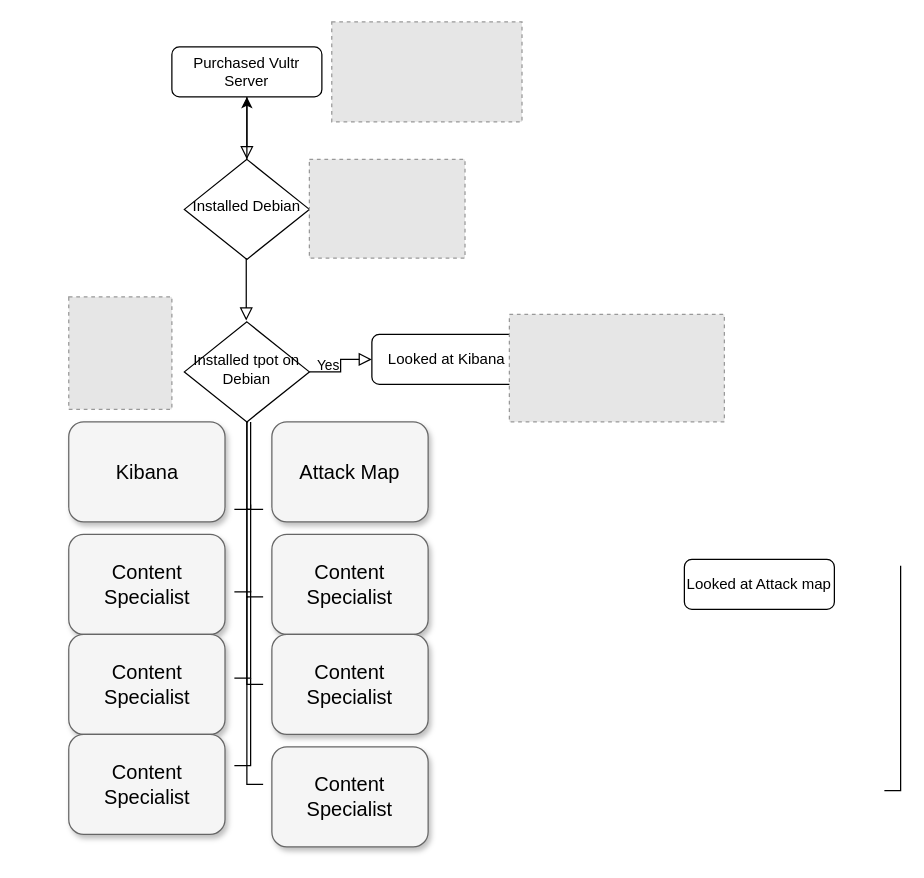
Above: cyb590ppt.drawio in LLuviaHombreKano/Java-for-DevOps (draw.io), before the change. Source tidied: cells renumbered, new cells numbered last; positions are measured from the earlier drawing's top-left corner, leaving out a move shared by most shapes. Both pictures are drawn from the tidied source at 125%, with x=0, y=0 at pixel (69, 21). Pictures stored in the file or linked from it are replaced by grey dashed boxes.
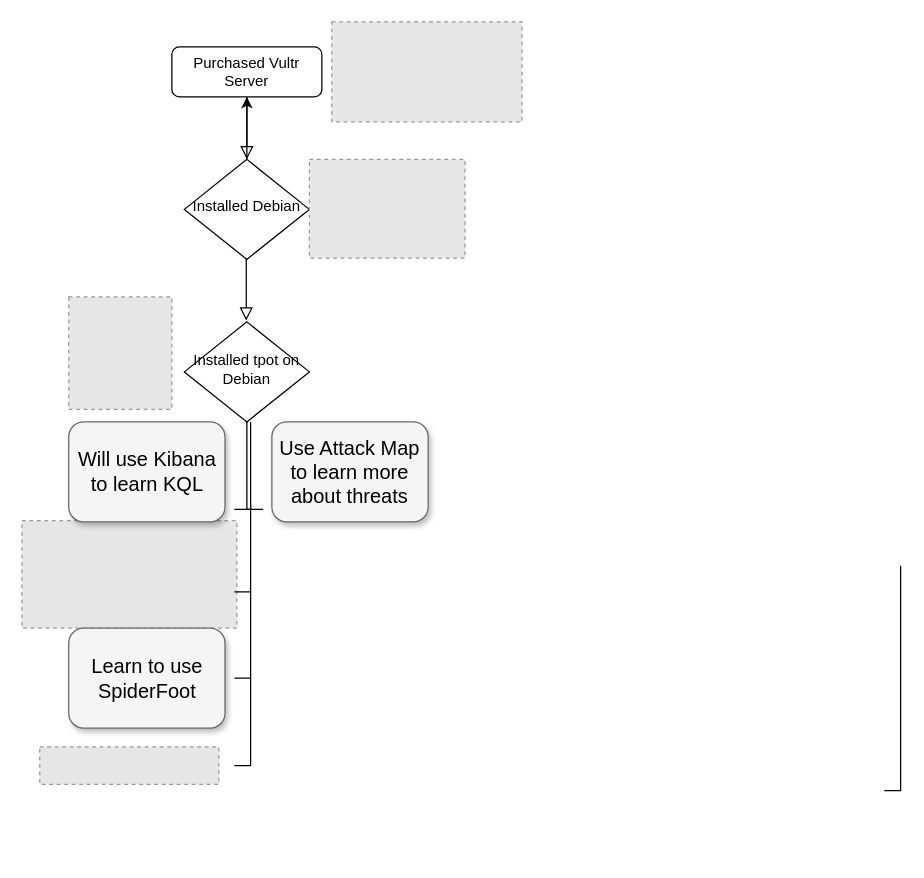
After the change.

Unchanged cells that the change refers to:
```xml
<mxCell id="7" value="Installed tpot on Debian" style="rhombus;whiteSpace=wrap;html=1;shadow=0;fontFamily=Helvetica;fontSize=12;align=center;strokeWidth=1;spacing=6;spacingTop=-4;" parent="1" vertex="1">
  <mxGeometry x="92" y="240" width="100" height="80" as="geometry" />
</mxCell>
```

What changed in the source:
```diff
@@
-    <mxCell id="6" value="Yes" style="edgeStyle=orthogonalEdgeStyle;rounded=0;html=1;jettySize=auto;fontSize=11;endArrow=block;endFill=0;endSize=8;strokeWidth=1;shadow=0;labelBackgroundColor=none;" parent="1" edge="1" source="7" target="9">
-      <mxGeometry y="10" relative="1" as="geometry" />
-    </mxCell>
@@
-    <mxCell id="8" value="Looked at Attack map" style="rounded=1;whiteSpace=wrap;html=1;fontSize=12;glass=0;strokeWidth=1;shadow=0;" parent="1" vertex="1">
-      <mxGeometry x="492" y="430" width="120" height="40" as="geometry" />
-    </mxCell>
-    <mxCell id="9" value="Looked at Kibana" style="rounded=1;whiteSpace=wrap;html=1;fontSize=12;glass=0;strokeWidth=1;shadow=0;" parent="1" vertex="1">
-      <mxGeometry x="242" y="250" width="120" height="40" as="geometry" />
-    </mxCell>
@@
     <mxCell id="13" style="fillColor=#E6E6E6;strokeColor=#999999;dashed=1;verticalLabelPosition=bottom;labelBackgroundColor=default;verticalAlign=top;" parent="1" vertex="1">
-      <mxGeometry x="352" y="234" width="172" height="86" as="geometry" />
+      <mxGeometry x="-38" y="399" width="172" height="86" as="geometry" />
     </mxCell>
@@
-    <mxCell id="15" style="edgeStyle=orthogonalEdgeStyle;html=1;startSize=6;endFill=0;endSize=6;strokeWidth=1;fontSize=16;rounded=0;endArrow=none;entryX=0;entryY=0.5;" parent="1" edge="1">
-      <mxGeometry relative="1" as="geometry">
-        <mxPoint x="142" y="320" as="sourcePoint" />
-        <mxPoint x="155" y="610" as="targetPoint" />
-        <Array as="points">
-          <mxPoint x="142" y="610" />
-        </Array>
-      </mxGeometry>
-    </mxCell>
-    <mxCell id="16" value="Kibana" style="whiteSpace=wrap;html=1;rounded=1;shadow=1;strokeWidth=1;fontSize=16;align=center;fillColor=#f5f5f5;strokeColor=#666666;" parent="1" vertex="1">
+    <mxCell id="16" value="Will use Kibana to learn KQL" style="whiteSpace=wrap;html=1;rounded=1;shadow=1;strokeWidth=1;fontSize=16;align=center;fillColor=#f5f5f5;strokeColor=#666666;" parent="1" vertex="1">
       <mxGeometry x="-0.5" y="320" width="125" height="80" as="geometry" />
     </mxCell>
@@
-    <mxCell id="18" style="edgeStyle=orthogonalEdgeStyle;html=1;startSize=6;endFill=0;endSize=6;strokeWidth=1;fontSize=16;rounded=0;endArrow=none;entryX=0;entryY=0.5;" parent="1" edge="1">
-      <mxGeometry relative="1" as="geometry">
-        <mxPoint x="143" y="390" as="sourcePoint" />
-        <mxPoint x="155" y="460" as="targetPoint" />
-        <Array as="points">
-          <mxPoint x="142" y="460" />
-        </Array>
-      </mxGeometry>
-    </mxCell>
-    <mxCell id="19" style="edgeStyle=orthogonalEdgeStyle;html=1;startSize=6;endFill=0;endSize=6;strokeWidth=1;fontSize=16;rounded=0;endArrow=none;entryX=0;entryY=0.5;" parent="1" edge="1">
-      <mxGeometry relative="1" as="geometry">
-        <mxPoint x="143" y="460" as="sourcePoint" />
-        <mxPoint x="155" y="530" as="targetPoint" />
-        <Array as="points">
-          <mxPoint x="142" y="530" />
-        </Array>
-      </mxGeometry>
-    </mxCell>
@@
-    <mxCell id="24" value="Content Specialist" style="whiteSpace=wrap;html=1;rounded=1;shadow=1;strokeWidth=1;fontSize=16;align=center;fillColor=#f5f5f5;strokeColor=#666666;" parent="1" vertex="1">
-      <mxGeometry x="-0.5" y="410" width="125" height="80" as="geometry" />
+    <mxCell id="24" value="Learn to use SpiderFoot" style="whiteSpace=wrap;html=1;rounded=1;shadow=1;strokeWidth=1;fontSize=16;align=center;fillColor=#f5f5f5;strokeColor=#666666;" parent="1" vertex="1">
+      <mxGeometry x="-0.5" y="485" width="125" height="80" as="geometry" />
     </mxCell>
-    <mxCell id="25" value="Content Specialist" style="whiteSpace=wrap;html=1;rounded=1;shadow=1;strokeWidth=1;fontSize=16;align=center;fillColor=#f5f5f5;strokeColor=#666666;" parent="1" vertex="1">
-      <mxGeometry x="-0.5" y="490" width="125" height="80" as="geometry" />
-    </mxCell>
-    <mxCell id="26" value="Content Specialist" style="whiteSpace=wrap;html=1;rounded=1;shadow=1;strokeWidth=1;fontSize=16;align=center;fillColor=#f5f5f5;strokeColor=#666666;" parent="1" vertex="1">
-      <mxGeometry x="-0.5" y="570" width="125" height="80" as="geometry" />
-    </mxCell>
-    <mxCell id="27" value="Attack Map" style="whiteSpace=wrap;html=1;rounded=1;shadow=1;strokeWidth=1;fontSize=16;align=center;fillColor=#f5f5f5;strokeColor=#666666;" parent="1" vertex="1">
+    <mxCell id="27" value="Use Attack Map to learn more about threats" style="whiteSpace=wrap;html=1;rounded=1;shadow=1;strokeWidth=1;fontSize=16;align=center;fillColor=#f5f5f5;strokeColor=#666666;" parent="1" vertex="1">
       <mxGeometry x="162" y="320" width="125" height="80" as="geometry" />
     </mxCell>
-    <mxCell id="28" value="Content Specialist" style="whiteSpace=wrap;html=1;rounded=1;shadow=1;strokeWidth=1;fontSize=16;align=center;fillColor=#f5f5f5;strokeColor=#666666;" parent="1" vertex="1">
-      <mxGeometry x="162" y="410" width="125" height="80" as="geometry" />
-    </mxCell>
-    <mxCell id="29" value="Content Specialist" style="whiteSpace=wrap;html=1;rounded=1;shadow=1;strokeWidth=1;fontSize=16;align=center;fillColor=#f5f5f5;strokeColor=#666666;" parent="1" vertex="1">
-      <mxGeometry x="162" y="490" width="125" height="80" as="geometry" />
-    </mxCell>
-    <mxCell id="30" value="Content Specialist" style="whiteSpace=wrap;html=1;rounded=1;shadow=1;strokeWidth=1;fontSize=16;align=center;fillColor=#f5f5f5;strokeColor=#666666;" parent="1" vertex="1">
-      <mxGeometry x="162" y="580" width="125" height="80" as="geometry" />
-    </mxCell>
@@
+    <mxCell id="32" style="fillColor=#E6E6E6;strokeColor=#999999;dashed=1;verticalLabelPosition=bottom;labelBackgroundColor=default;verticalAlign=top;" parent="1" vertex="1">
+      <mxGeometry x="-23.7" y="580" width="143.3" height="30" as="geometry" />
+    </mxCell>
```
